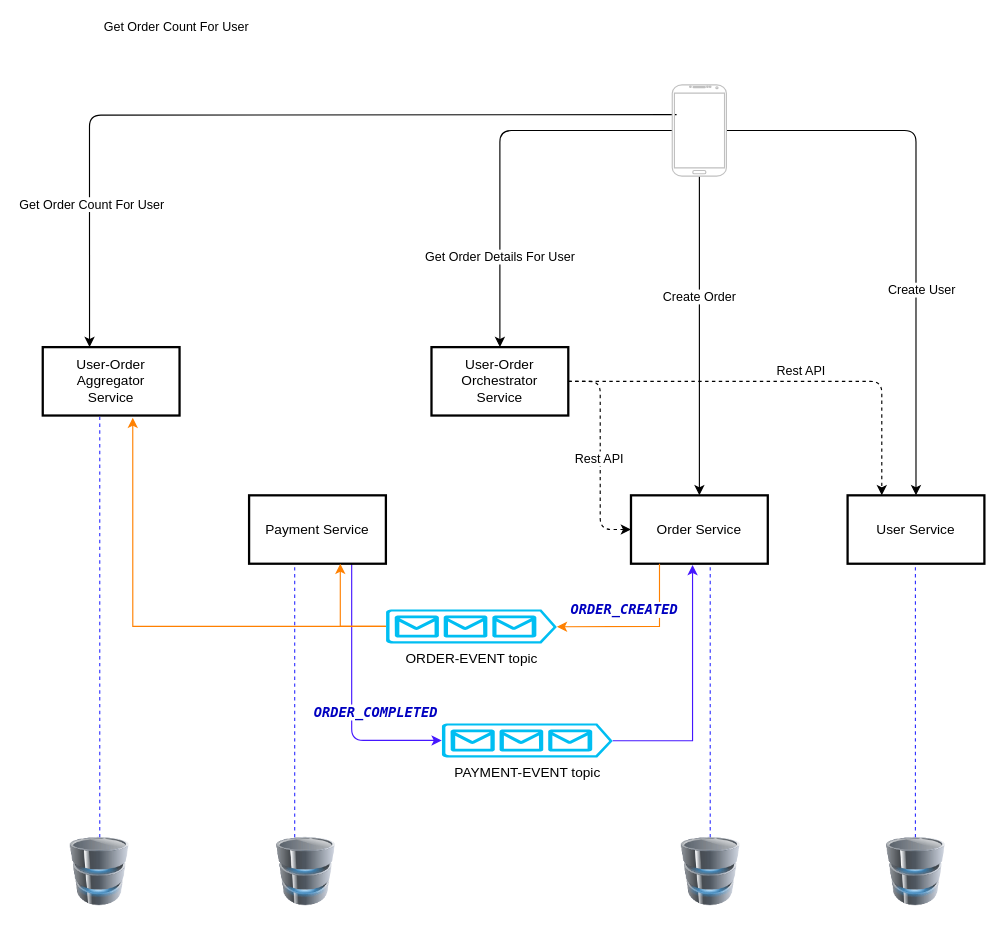
Above: micro-aggregator-and-orchestrator/Project-Architecture-Diagram.drawio in HimanshubhusanRath/microservices_architecture (draw.io), before the change. Source tidied: cells renumbered, new cells numbered last; positions are measured from the earlier drawing's top-left corner, leaving out a move shared by most shapes. Both pictures are drawn from the tidied source at 114%, with x=0, y=0 at pixel (42, 84).
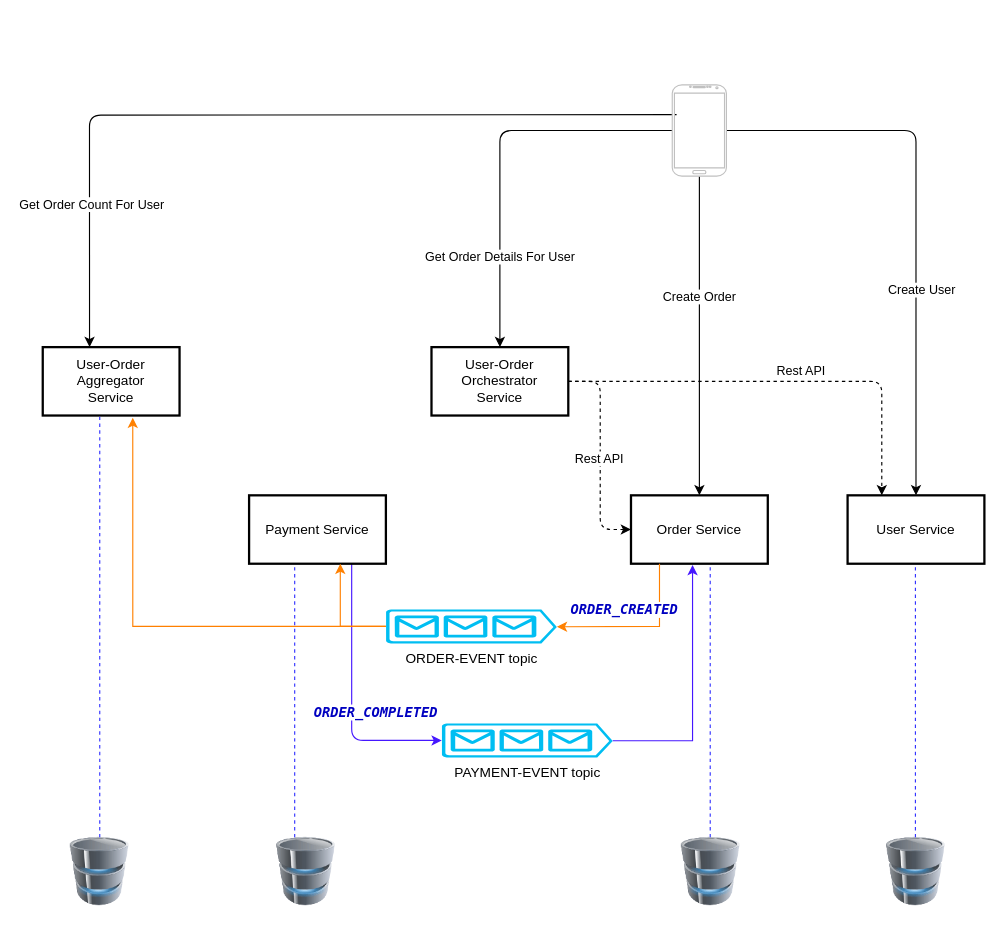
The same diagram, later.

The change refers to these unchanged cells:
```xml
<mxCell id="32" style="edgeStyle=orthogonalEdgeStyle;rounded=1;jettySize=auto;html=1;entryX=0.342;entryY=0;entryDx=0;entryDy=0;entryPerimeter=0;strokeColor=#000000;" parent="1" edge="1" target="13">
  <mxGeometry relative="1" as="geometry">
    <mxPoint x="556" y="26" as="sourcePoint" />
  </mxGeometry>
</mxCell>
```

Diff of the diagram source:
```diff
@@
-    <mxCell id="33" value="Get Order Count For User" style="edgeLabel;html=1;align=center;verticalAlign=middle;" parent="32" vertex="1">
-      <mxGeometry x="0.58" y="1" relative="1" as="geometry">
-        <mxPoint x="74" y="-131" as="offset" />
-      </mxGeometry>
-    </mxCell>
```
